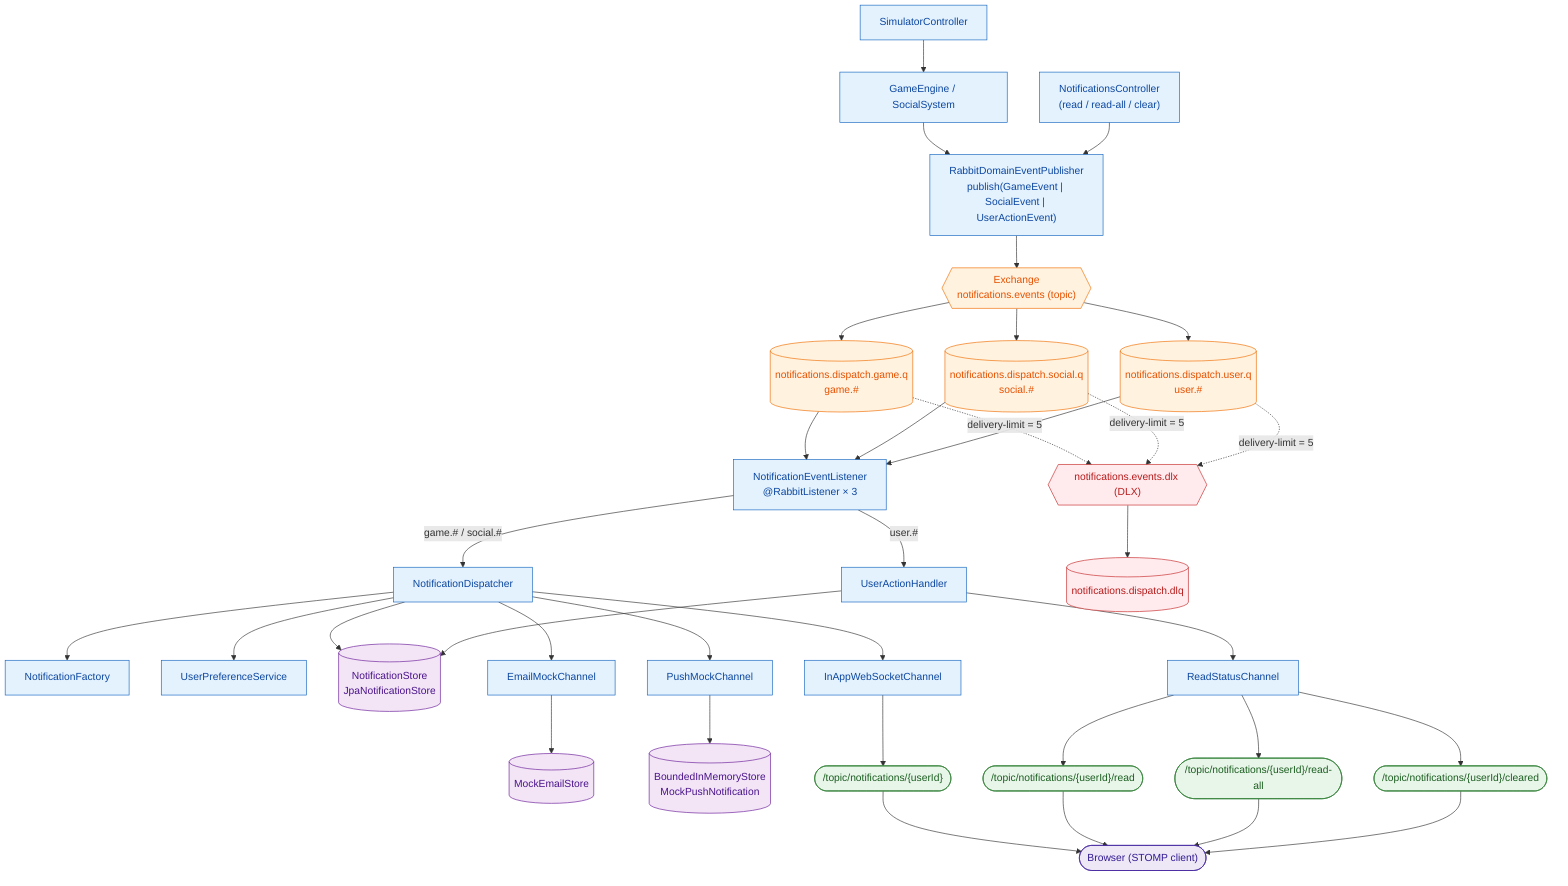
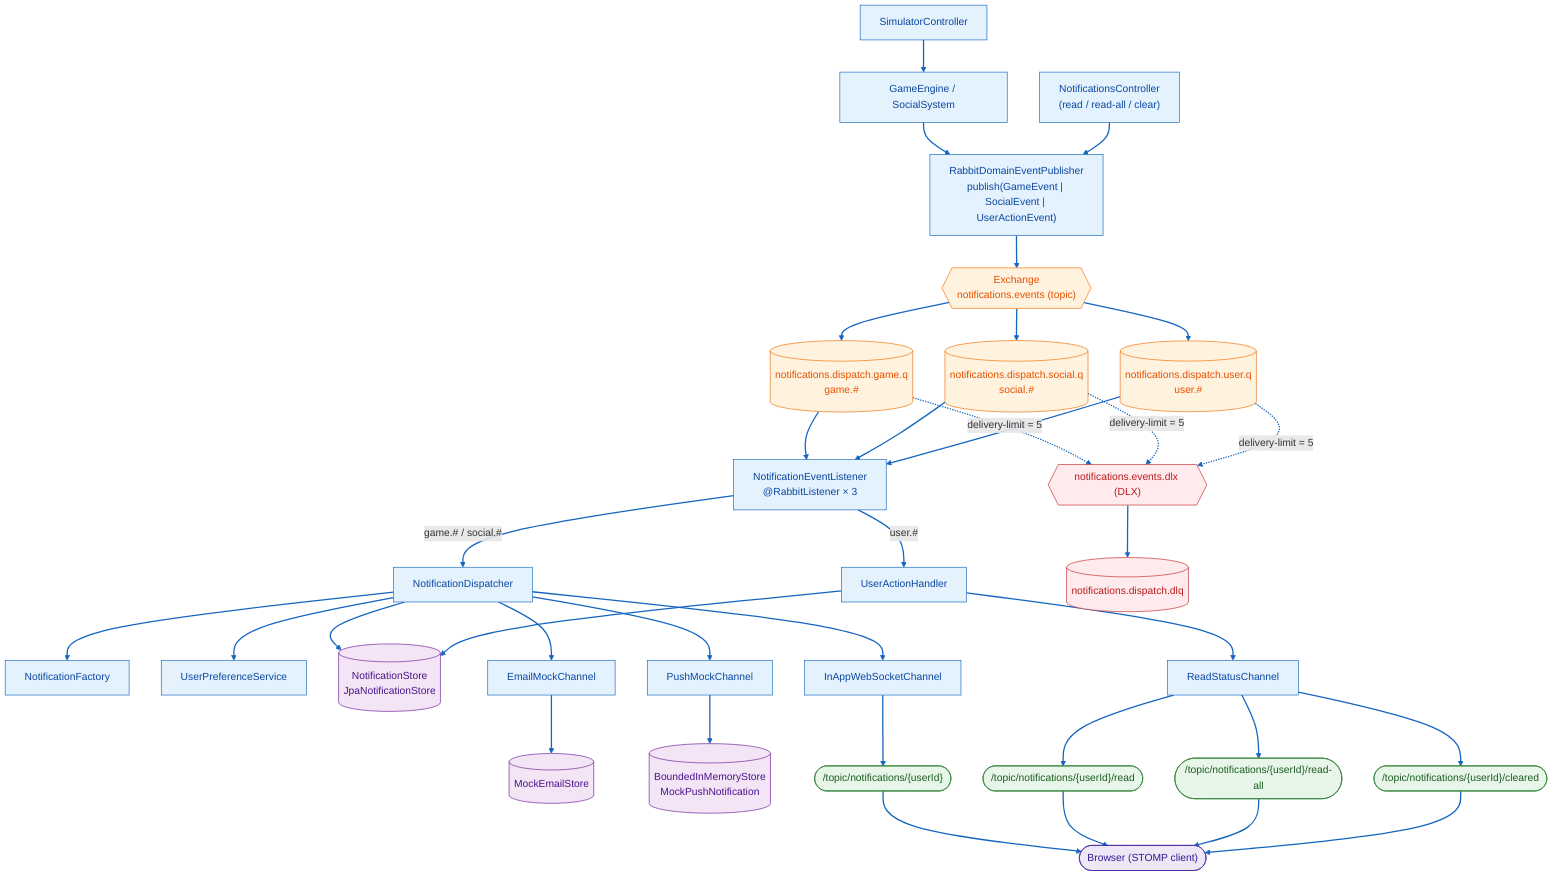
flowchart TD
    SC["SimulatorController"]
    GE["GameEngine / SocialSystem"]
    API["NotificationsController<br/>(read / read-all / clear)"]
    PUB["RabbitDomainEventPublisher<br/>publish(GameEvent | SocialEvent | UserActionEvent)"]
    EX{{"Exchange<br/>notifications.events (topic)"}}
    QG[("notifications.dispatch.game.q<br/>game.#")]
    QS[("notifications.dispatch.social.q<br/>social.#")]
    QU[("notifications.dispatch.user.q<br/>user.#")]
    LIS["NotificationEventListener<br/>@RabbitListener × 3"]
    DISP["NotificationDispatcher"]
    UAH["UserActionHandler"]
    FAC["NotificationFactory"]
    PREF["UserPreferenceService"]
    STORE[("NotificationStore<br/>JpaNotificationStore")]
    WS["InAppWebSocketChannel"]
    EMC["EmailMockChannel"]
    PMC["PushMockChannel"]
    RSC["ReadStatusChannel"]
    EMSTORE[("MockEmailStore")]
    PMSTORE[("BoundedInMemoryStore<br/>MockPushNotification")]
    T1(["/topic/notifications/{userId}"])
    T2(["/topic/notifications/{userId}/read"])
    T3(["/topic/notifications/{userId}/read-all"])
    T4(["/topic/notifications/{userId}/cleared"])
    DLX{{"notifications.events.dlx (DLX)"}}
    DLQ[("notifications.dispatch.dlq")]
    CLIENT(["Browser (STOMP client)"])

    SC --> GE
    GE --> PUB
    API --> PUB
    PUB --> EX
    EX --> QG
    EX --> QS
    EX --> QU

    QG --> LIS
    QS --> LIS
    QU --> LIS

    LIS -- "game.# / social.#" --> DISP
    LIS -- "user.#" --> UAH

    DISP --> FAC
    DISP --> PREF
    DISP --> STORE
    DISP --> WS
    DISP --> EMC
    DISP --> PMC

    EMC --> EMSTORE
    PMC --> PMSTORE

    UAH --> STORE
    UAH --> RSC

    WS --> T1
    RSC --> T2
    RSC --> T3
    RSC --> T4

    T1 --> CLIENT
    T2 --> CLIENT
    T3 --> CLIENT
    T4 --> CLIENT

    QG -. "delivery-limit = 5" .-> DLX
    QS -. "delivery-limit = 5" .-> DLX
    QU -. "delivery-limit = 5" .-> DLX
    DLX --> DLQ

    classDef svc fill:#e3f2fd,stroke:#1565c0,color:#0d47a1;
    classDef infra fill:#fff3e0,stroke:#ef6c00,color:#e65100;
    classDef store fill:#f3e5f5,stroke:#6a1b9a,color:#4a148c;
    classDef topic fill:#e8f5e9,stroke:#2e7d32,color:#1b5e20;
    classDef client fill:#ede7f6,stroke:#4527a0,color:#311b92;
    classDef fail fill:#ffebee,stroke:#c62828,color:#b71c1c;

    class SC,GE,API,PUB,LIS,DISP,UAH,FAC,PREF,WS,EMC,PMC,RSC svc;
    class EX,QG,QS,QU infra;
    class STORE,EMSTORE,PMSTORE store;
    class T1,T2,T3,T4 topic;
    class CLIENT client;
    class DLX,DLQ fail;
+ 
+     linkStyle default stroke:#1565c0,stroke-width:2px;
